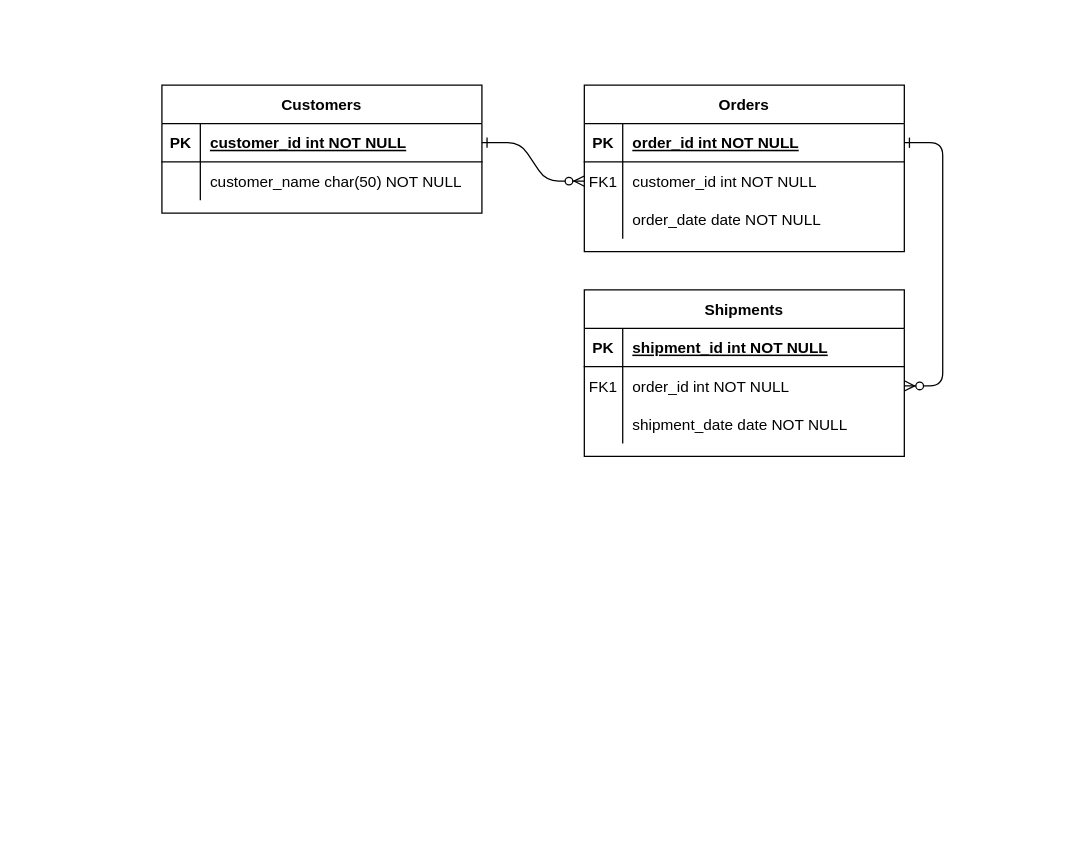
Above: learning_queries.drawio in jnaps12/Diagramas (draw.io), before the change. Source tidied: cells renumbered, new cells numbered last; positions are measured from the earlier drawing's top-left corner, leaving out a move shared by most shapes. Both pictures are drawn from the tidied source at 128%, with x=0, y=0 at pixel (161, 84).
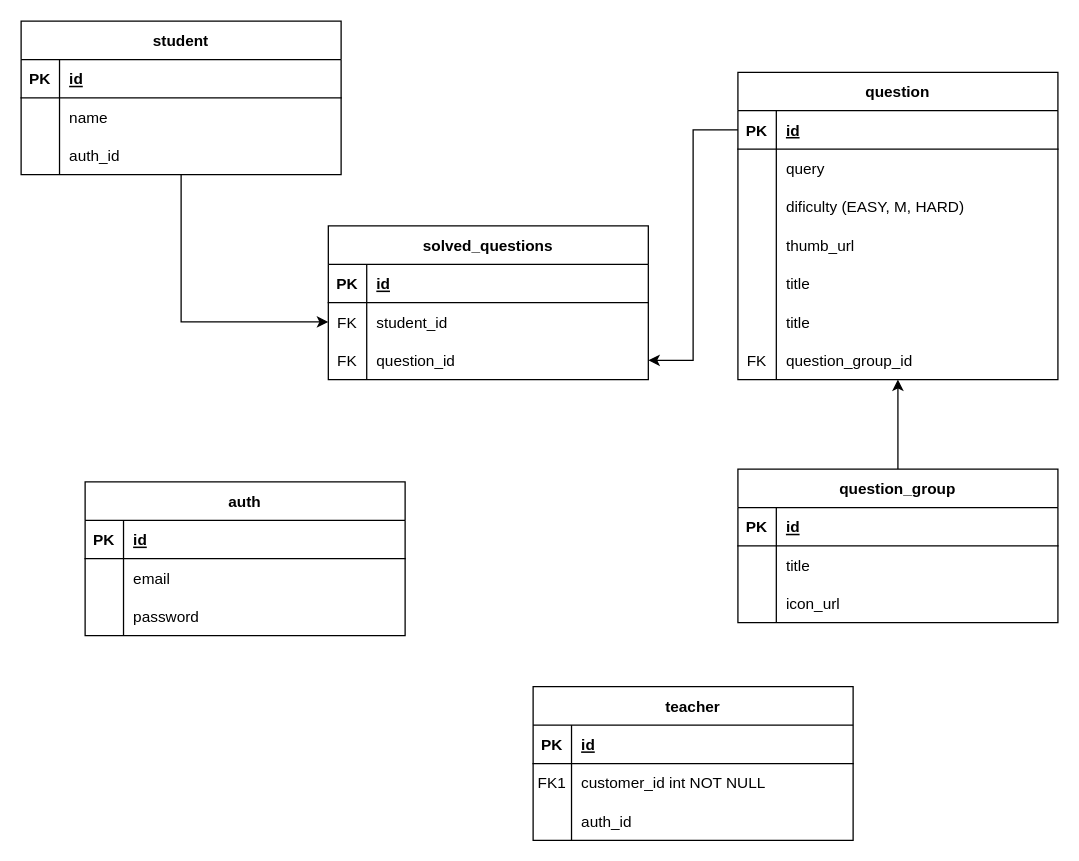
The same diagram, later.

The change refers to these unchanged cells:
```xml
<mxCell id="5" style="shape=partialRectangle;fillColor=none;points=[[0,0.5],[1,0.5]];portConstraint=eastwest;top=0;left=0;right=0;bottom=1;" parent="4" vertex="1">
  <mxGeometry y="30" width="250" height="30" as="geometry" />
</mxCell>
<mxCell id="8" style="shape=partialRectangle;fillColor=none;points=[[0,0.5],[1,0.5]];portConstraint=eastwest;top=0;left=0;right=0;bottom=0;" parent="4" vertex="1">
  <mxGeometry y="60" width="250" height="30" as="geometry" />
</mxCell>
<mxCell id="11" style="shape=partialRectangle;fillColor=none;top=0;left=0;right=0;bottom=0;" parent="4" vertex="1">
  <mxGeometry y="90" width="250" height="30" as="geometry" />
</mxCell>
<mxCell id="15" style="shape=partialRectangle;fillColor=none;points=[[0,0.5],[1,0.5]];portConstraint=eastwest;top=0;left=0;right=0;bottom=1;" parent="14" vertex="1">
  <mxGeometry y="30" width="250" height="30" as="geometry" />
</mxCell>
<mxCell id="18" style="shape=partialRectangle;fillColor=none;points=[[0,0.5],[1,0.5]];portConstraint=eastwest;top=0;left=0;right=0;bottom=0;" parent="14" vertex="1">
  <mxGeometry y="60" width="250" height="30" as="geometry" />
</mxCell>
<mxCell id="21" style="shape=partialRectangle;fillColor=none;top=0;left=0;right=0;bottom=0;" parent="14" vertex="1">
  <mxGeometry y="90" width="250" height="30" as="geometry" />
</mxCell>
<mxCell id="25" style="shape=partialRectangle;fillColor=none;points=[[0,0.5],[1,0.5]];portConstraint=eastwest;top=0;left=0;right=0;bottom=1;" parent="24" vertex="1">
  <mxGeometry y="30" width="250" height="30" as="geometry" />
</mxCell>
<mxCell id="28" style="shape=partialRectangle;fillColor=none;top=0;left=0;right=0;bottom=0;" parent="24" vertex="1">
  <mxGeometry y="60" width="250" height="30" as="geometry" />
</mxCell>
```

The edit, as a diff of the source:
```diff
@@
-    <mxCell id="2" style="edgeStyle=entityRelationEdgeStyle;endArrow=ERzeroToMany;startArrow=ERone;endFill=1;startFill=0;" parent="1" edge="1" source="25" target="8">
-      <mxGeometry relative="1" as="geometry" />
-    </mxCell>
-    <mxCell id="3" style="edgeStyle=entityRelationEdgeStyle;endArrow=ERzeroToMany;startArrow=ERone;endFill=1;startFill=0;" parent="1" edge="1" source="5" target="18">
-      <mxGeometry relative="1" as="geometry" />
-    </mxCell>
-    <mxCell id="4" value="Orders" style="shape=table;startSize=30;childLayout=tableLayout;rowLines=0;fontStyle=1;align=center;" parent="1" vertex="1">
-      <mxGeometry x="330" width="250" height="130" as="geometry" />
+    <mxCell id="4" value="teacher" style="shape=table;startSize=30;childLayout=tableLayout;rowLines=0;fontStyle=1;align=center;" parent="1" vertex="1">
+      <mxGeometry x="290" y="470" width="250" height="120" as="geometry" />
     </mxCell>
@@
-    <mxCell id="7" value="order_id int NOT NULL " style="shape=partialRectangle;overflow=hidden;fillColor=none;top=0;left=0;bottom=0;right=0;align=left;spacingLeft=6;fontStyle=5;" parent="5" vertex="1">
+    <mxCell id="7" value="id" style="shape=partialRectangle;overflow=hidden;fillColor=none;top=0;left=0;bottom=0;right=0;align=left;spacingLeft=6;fontStyle=5;" parent="5" vertex="1">
       <mxGeometry x="30" width="220" height="30" as="geometry" />
     </mxCell>
@@
-    <mxCell id="13" value="order_date date NOT NULL" style="shape=partialRectangle;overflow=hidden;fillColor=none;top=0;left=0;bottom=0;right=0;align=left;spacingLeft=6;" parent="11" vertex="1">
+    <mxCell id="13" value="auth_id" style="shape=partialRectangle;overflow=hidden;fillColor=none;top=0;left=0;bottom=0;right=0;align=left;spacingLeft=6;" parent="11" vertex="1">
       <mxGeometry x="30" width="220" height="30" as="geometry" />
     </mxCell>
-    <mxCell id="14" value="Shipments" style="shape=table;startSize=30;childLayout=tableLayout;rowLines=0;fontStyle=1;align=center;" parent="1" vertex="1">
-      <mxGeometry x="330" y="160" width="250" height="130" as="geometry" />
+    <mxCell id="14" value="question" style="shape=table;startSize=30;childLayout=tableLayout;rowLines=0;fontStyle=1;align=center;" parent="1" vertex="1">
+      <mxGeometry x="450" y="-10" width="250" height="240" as="geometry" />
     </mxCell>
@@
-    <mxCell id="17" value="shipment_id int NOT NULL " style="shape=partialRectangle;overflow=hidden;fillColor=none;top=0;left=0;bottom=0;right=0;align=left;spacingLeft=6;fontStyle=5;" parent="15" vertex="1">
+    <mxCell id="17" value="id" style="shape=partialRectangle;overflow=hidden;fillColor=none;top=0;left=0;bottom=0;right=0;align=left;spacingLeft=6;fontStyle=5;" parent="15" vertex="1">
       <mxGeometry x="30" width="220" height="30" as="geometry" />
     </mxCell>
@@
-    <mxCell id="19" value="FK1" style="shape=partialRectangle;overflow=hidden;fillColor=none;top=0;left=0;bottom=0;right=0;" parent="18" vertex="1">
+    <mxCell id="19" style="shape=partialRectangle;overflow=hidden;fillColor=none;top=0;left=0;bottom=0;right=0;" parent="18" vertex="1">
       <mxGeometry width="30" height="30" as="geometry" />
     </mxCell>
-    <mxCell id="20" value="order_id int NOT NULL" style="shape=partialRectangle;overflow=hidden;fillColor=none;top=0;left=0;bottom=0;right=0;align=left;spacingLeft=6;" parent="18" vertex="1">
+    <mxCell id="20" value="query" style="shape=partialRectangle;overflow=hidden;fillColor=none;top=0;left=0;bottom=0;right=0;align=left;spacingLeft=6;" parent="18" vertex="1">
       <mxGeometry x="30" width="220" height="30" as="geometry" />
     </mxCell>
@@
-    <mxCell id="23" value="shipment_date date NOT NULL" style="shape=partialRectangle;overflow=hidden;fillColor=none;top=0;left=0;bottom=0;right=0;align=left;spacingLeft=6;" parent="21" vertex="1">
+    <mxCell id="23" value="dificulty (EASY, M, HARD)" style="shape=partialRectangle;overflow=hidden;fillColor=none;top=0;left=0;bottom=0;right=0;align=left;spacingLeft=6;" parent="21" vertex="1">
       <mxGeometry x="30" width="220" height="30" as="geometry" />
     </mxCell>
+    <mxCell id="31" style="shape=partialRectangle;fillColor=none;top=0;left=0;right=0;bottom=0;" parent="14" vertex="1">
+      <mxGeometry y="120" width="250" height="30" as="geometry" />
+    </mxCell>
+    <mxCell id="32" style="shape=partialRectangle;overflow=hidden;fillColor=none;top=0;left=0;bottom=0;right=0;" parent="31" vertex="1">
+      <mxGeometry width="30" height="30" as="geometry" />
+    </mxCell>
+    <mxCell id="33" value="thumb_url" style="shape=partialRectangle;overflow=hidden;fillColor=none;top=0;left=0;bottom=0;right=0;align=left;spacingLeft=6;" parent="31" vertex="1">
+      <mxGeometry x="30" width="220" height="30" as="geometry" />
+    </mxCell>
+    <mxCell id="34" style="shape=partialRectangle;fillColor=none;top=0;left=0;right=0;bottom=0;" parent="14" vertex="1">
+      <mxGeometry y="150" width="250" height="30" as="geometry" />
+    </mxCell>
+    <mxCell id="35" style="shape=partialRectangle;overflow=hidden;fillColor=none;top=0;left=0;bottom=0;right=0;" parent="34" vertex="1">
+      <mxGeometry width="30" height="30" as="geometry" />
+    </mxCell>
+    <mxCell id="36" value="title" style="shape=partialRectangle;overflow=hidden;fillColor=none;top=0;left=0;bottom=0;right=0;align=left;spacingLeft=6;" parent="34" vertex="1">
+      <mxGeometry x="30" width="220" height="30" as="geometry" />
+    </mxCell>
+    <mxCell id="37" style="shape=partialRectangle;fillColor=none;top=0;left=0;right=0;bottom=0;" parent="14" vertex="1">
+      <mxGeometry y="180" width="250" height="30" as="geometry" />
+    </mxCell>
+    <mxCell id="38" style="shape=partialRectangle;overflow=hidden;fillColor=none;top=0;left=0;bottom=0;right=0;" parent="37" vertex="1">
+      <mxGeometry width="30" height="30" as="geometry" />
+    </mxCell>
+    <mxCell id="39" value="title" style="shape=partialRectangle;overflow=hidden;fillColor=none;top=0;left=0;bottom=0;right=0;align=left;spacingLeft=6;" parent="37" vertex="1">
+      <mxGeometry x="30" width="220" height="30" as="geometry" />
+    </mxCell>
+    <mxCell id="40" style="shape=partialRectangle;fillColor=none;points=[[0,0.5],[1,0.5]];portConstraint=eastwest;top=0;left=0;right=0;bottom=0;" parent="14" vertex="1">
+      <mxGeometry y="210" width="250" height="30" as="geometry" />
+    </mxCell>
+    <mxCell id="41" value="FK" style="shape=partialRectangle;overflow=hidden;fillColor=none;top=0;left=0;bottom=0;right=0;" parent="40" vertex="1">
+      <mxGeometry width="30" height="30" as="geometry" />
+    </mxCell>
+    <mxCell id="42" value="question_group_id" style="shape=partialRectangle;overflow=hidden;fillColor=none;top=0;left=0;bottom=0;right=0;align=left;spacingLeft=6;" parent="40" vertex="1">
+      <mxGeometry x="30" width="220" height="30" as="geometry" />
+    </mxCell>
+    <mxCell id="43" style="edgeStyle=orthogonalEdgeStyle;rounded=0;jettySize=auto;html=1;entryX=0;entryY=0.5;entryDx=0;entryDy=0;" parent="1" edge="1" source="24" target="51">
+      <mxGeometry relative="1" as="geometry" />
+    </mxCell>
-    <mxCell id="24" value="Customers" style="shape=table;startSize=30;childLayout=tableLayout;rowLines=0;fontStyle=1;align=center;" parent="1" vertex="1">
-      <mxGeometry width="250" height="100" as="geometry" />
+    <mxCell id="24" value="student" style="shape=table;startSize=30;childLayout=tableLayout;rowLines=0;fontStyle=1;align=center;" parent="1" vertex="1">
+      <mxGeometry x="-110" y="-50" width="250" height="120" as="geometry" />
     </mxCell>
@@
-    <mxCell id="27" value="customer_id int NOT NULL " style="shape=partialRectangle;overflow=hidden;fillColor=none;top=0;left=0;bottom=0;right=0;align=left;spacingLeft=6;fontStyle=5;" parent="25" vertex="1">
+    <mxCell id="27" value="id" style="shape=partialRectangle;overflow=hidden;fillColor=none;top=0;left=0;bottom=0;right=0;align=left;spacingLeft=6;fontStyle=5;" parent="25" vertex="1">
       <mxGeometry x="30" width="220" height="30" as="geometry" />
     </mxCell>
@@
-    <mxCell id="30" value="customer_name char(50) NOT NULL" style="shape=partialRectangle;overflow=hidden;fillColor=none;top=0;left=0;bottom=0;right=0;align=left;spacingLeft=6;" parent="28" vertex="1">
+    <mxCell id="30" value="name" style="shape=partialRectangle;overflow=hidden;fillColor=none;top=0;left=0;bottom=0;right=0;align=left;spacingLeft=6;" parent="28" vertex="1">
       <mxGeometry x="30" width="220" height="30" as="geometry" />
     </mxCell>
+    <mxCell id="44" style="shape=partialRectangle;fillColor=none;top=0;left=0;right=0;bottom=0;" parent="24" vertex="1">
+      <mxGeometry y="90" width="250" height="30" as="geometry" />
+    </mxCell>
+    <mxCell id="45" style="shape=partialRectangle;overflow=hidden;fillColor=none;top=0;left=0;bottom=0;right=0;" parent="44" vertex="1">
+      <mxGeometry width="30" height="30" as="geometry" />
+    </mxCell>
+    <mxCell id="46" value="auth_id" style="shape=partialRectangle;overflow=hidden;fillColor=none;top=0;left=0;bottom=0;right=0;align=left;spacingLeft=6;" parent="44" vertex="1">
+      <mxGeometry x="30" width="220" height="30" as="geometry" />
+    </mxCell>
+    <mxCell id="47" value="solved_questions" style="shape=table;startSize=30;childLayout=tableLayout;rowLines=0;fontStyle=1;align=center;" parent="1" vertex="1">
+      <mxGeometry x="130" y="110" width="250" height="120" as="geometry" />
+    </mxCell>
+    <mxCell id="48" style="shape=partialRectangle;fillColor=none;top=0;left=0;right=0;bottom=1;" parent="47" vertex="1">
+      <mxGeometry y="30" width="250" height="30" as="geometry" />
+    </mxCell>
+    <mxCell id="49" value="PK" style="shape=partialRectangle;overflow=hidden;fillColor=none;top=0;left=0;bottom=0;right=0;fontStyle=1;" parent="48" vertex="1">
+      <mxGeometry width="30" height="30" as="geometry" />
+    </mxCell>
+    <mxCell id="50" value="id" style="shape=partialRectangle;overflow=hidden;fillColor=none;top=0;left=0;bottom=0;right=0;align=left;spacingLeft=6;fontStyle=5;" parent="48" vertex="1">
+      <mxGeometry x="30" width="220" height="30" as="geometry" />
+    </mxCell>
+    <mxCell id="51" style="shape=partialRectangle;fillColor=none;points=[[0,0.5],[1,0.5]];portConstraint=eastwest;top=0;left=0;right=0;bottom=0;" parent="47" vertex="1">
+      <mxGeometry y="60" width="250" height="30" as="geometry" />
+    </mxCell>
+    <mxCell id="52" value="FK" style="shape=partialRectangle;overflow=hidden;fillColor=none;top=0;left=0;bottom=0;right=0;" parent="51" vertex="1">
+      <mxGeometry width="30" height="30" as="geometry" />
+    </mxCell>
+    <mxCell id="53" value="student_id" style="shape=partialRectangle;overflow=hidden;fillColor=none;top=0;left=0;bottom=0;right=0;align=left;spacingLeft=6;" parent="51" vertex="1">
+      <mxGeometry x="30" width="220" height="30" as="geometry" />
+    </mxCell>
+    <mxCell id="54" style="shape=partialRectangle;fillColor=none;points=[[0,0.5],[1,0.5]];portConstraint=eastwest;top=0;left=0;right=0;bottom=0;" parent="47" vertex="1">
+      <mxGeometry y="90" width="250" height="30" as="geometry" />
+    </mxCell>
+    <mxCell id="55" value="FK" style="shape=partialRectangle;overflow=hidden;fillColor=none;top=0;left=0;bottom=0;right=0;" parent="54" vertex="1">
+      <mxGeometry width="30" height="30" as="geometry" />
+    </mxCell>
+    <mxCell id="56" value="question_id" style="shape=partialRectangle;overflow=hidden;fillColor=none;top=0;left=0;bottom=0;right=0;align=left;spacingLeft=6;" parent="54" vertex="1">
+      <mxGeometry x="30" width="220" height="30" as="geometry" />
+    </mxCell>
+    <mxCell id="57" style="edgeStyle=orthogonalEdgeStyle;rounded=0;jettySize=auto;html=1;entryX=0.5;entryY=1;entryDx=0;entryDy=0;entryPerimeter=0;" parent="1" edge="1" source="58" target="40">
+      <mxGeometry relative="1" as="geometry" />
+    </mxCell>
+    <mxCell id="58" value="question_group" style="shape=table;startSize=30;childLayout=tableLayout;rowLines=0;fontStyle=1;align=center;" parent="1" vertex="1">
+      <mxGeometry x="450" y="300" width="250" height="120" as="geometry" />
+    </mxCell>
+    <mxCell id="59" style="shape=partialRectangle;fillColor=none;top=0;left=0;right=0;bottom=1;" parent="58" vertex="1">
+      <mxGeometry y="30" width="250" height="30" as="geometry" />
+    </mxCell>
+    <mxCell id="60" value="PK" style="shape=partialRectangle;overflow=hidden;fillColor=none;top=0;left=0;bottom=0;right=0;fontStyle=1;" parent="59" vertex="1">
+      <mxGeometry width="30" height="30" as="geometry" />
+    </mxCell>
+    <mxCell id="61" value="id" style="shape=partialRectangle;overflow=hidden;fillColor=none;top=0;left=0;bottom=0;right=0;align=left;spacingLeft=6;fontStyle=5;" parent="59" vertex="1">
+      <mxGeometry x="30" width="220" height="30" as="geometry" />
+    </mxCell>
+    <mxCell id="62" style="shape=partialRectangle;fillColor=none;top=0;left=0;right=0;bottom=0;" parent="58" vertex="1">
+      <mxGeometry y="60" width="250" height="30" as="geometry" />
+    </mxCell>
+    <mxCell id="63" style="shape=partialRectangle;overflow=hidden;fillColor=none;top=0;left=0;bottom=0;right=0;" parent="62" vertex="1">
+      <mxGeometry width="30" height="30" as="geometry" />
+    </mxCell>
+    <mxCell id="64" value="title" style="shape=partialRectangle;overflow=hidden;fillColor=none;top=0;left=0;bottom=0;right=0;align=left;spacingLeft=6;" parent="62" vertex="1">
+      <mxGeometry x="30" width="220" height="30" as="geometry" />
+    </mxCell>
+    <mxCell id="65" style="shape=partialRectangle;fillColor=none;top=0;left=0;right=0;bottom=0;" parent="58" vertex="1">
+      <mxGeometry y="90" width="250" height="30" as="geometry" />
+    </mxCell>
+    <mxCell id="66" style="shape=partialRectangle;overflow=hidden;fillColor=none;top=0;left=0;bottom=0;right=0;" parent="65" vertex="1">
+      <mxGeometry width="30" height="30" as="geometry" />
+    </mxCell>
+    <mxCell id="67" value="icon_url" style="shape=partialRectangle;overflow=hidden;fillColor=none;top=0;left=0;bottom=0;right=0;align=left;spacingLeft=6;" parent="65" vertex="1">
+      <mxGeometry x="30" width="220" height="30" as="geometry" />
+    </mxCell>
+    <mxCell id="68" style="edgeStyle=orthogonalEdgeStyle;rounded=0;jettySize=auto;html=1;entryX=1;entryY=0.5;entryDx=0;entryDy=0;" parent="1" edge="1" source="15" target="54">
+      <mxGeometry relative="1" as="geometry" />
+    </mxCell>
+    <mxCell id="69" value="auth" style="shape=table;startSize=30;childLayout=tableLayout;rowLines=0;fontStyle=1;align=center;" parent="1" vertex="1">
+      <mxGeometry x="-60" y="310" width="250" height="120" as="geometry" />
+    </mxCell>
+    <mxCell id="70" style="shape=partialRectangle;fillColor=none;top=0;left=0;right=0;bottom=1;" parent="69" vertex="1">
+      <mxGeometry y="30" width="250" height="30" as="geometry" />
+    </mxCell>
+    <mxCell id="71" value="PK" style="shape=partialRectangle;overflow=hidden;fillColor=none;top=0;left=0;bottom=0;right=0;fontStyle=1;" parent="70" vertex="1">
+      <mxGeometry width="30" height="30" as="geometry" />
+    </mxCell>
+    <mxCell id="72" value="id" style="shape=partialRectangle;overflow=hidden;fillColor=none;top=0;left=0;bottom=0;right=0;align=left;spacingLeft=6;fontStyle=5;" parent="70" vertex="1">
+      <mxGeometry x="30" width="220" height="30" as="geometry" />
+    </mxCell>
+    <mxCell id="73" style="shape=partialRectangle;fillColor=none;top=0;left=0;right=0;bottom=0;" parent="69" vertex="1">
+      <mxGeometry y="60" width="250" height="30" as="geometry" />
+    </mxCell>
+    <mxCell id="74" style="shape=partialRectangle;overflow=hidden;fillColor=none;top=0;left=0;bottom=0;right=0;" parent="73" vertex="1">
+      <mxGeometry width="30" height="30" as="geometry" />
+    </mxCell>
+    <mxCell id="75" value="email" style="shape=partialRectangle;overflow=hidden;fillColor=none;top=0;left=0;bottom=0;right=0;align=left;spacingLeft=6;" parent="73" vertex="1">
+      <mxGeometry x="30" width="220" height="30" as="geometry" />
+    </mxCell>
+    <mxCell id="76" style="shape=partialRectangle;fillColor=none;top=0;left=0;right=0;bottom=0;" parent="69" vertex="1">
+      <mxGeometry y="90" width="250" height="30" as="geometry" />
+    </mxCell>
+    <mxCell id="77" style="shape=partialRectangle;overflow=hidden;fillColor=none;top=0;left=0;bottom=0;right=0;" parent="76" vertex="1">
+      <mxGeometry width="30" height="30" as="geometry" />
+    </mxCell>
+    <mxCell id="78" value="password" style="shape=partialRectangle;overflow=hidden;fillColor=none;top=0;left=0;bottom=0;right=0;align=left;spacingLeft=6;" parent="76" vertex="1">
+      <mxGeometry x="30" width="220" height="30" as="geometry" />
+    </mxCell>
```
